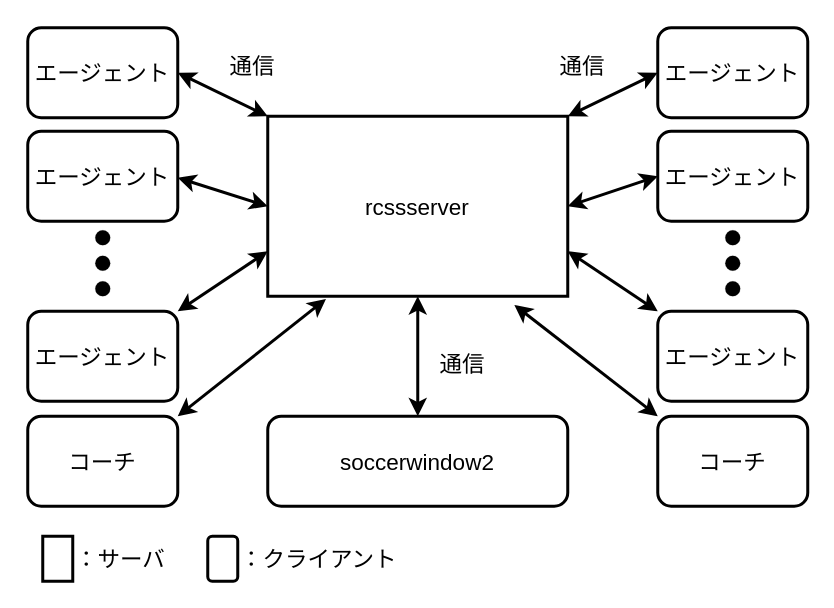
This is 2/environment.drawio from SuperTikuwa/thesis-images, a draw.io file, before an edit. Source tidied: cells renumbered, new cells numbered last; positions are measured from the earlier drawing's top-left corner, leaving out a move shared by most shapes. Both pictures are drawn from the tidied source at 150%, with x=0, y=0 at pixel (27, 27).
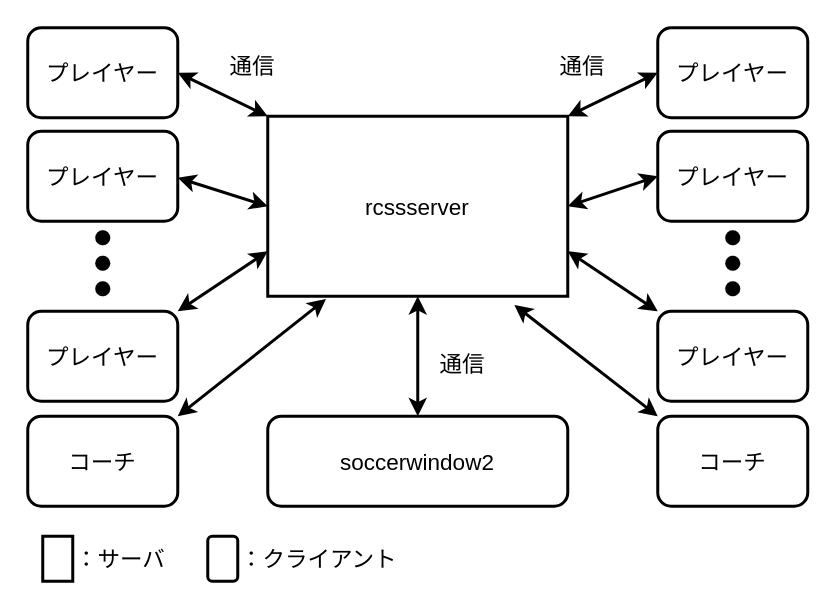
The same page after the edit.

Commit message:
environment.drawio を更新します

The change refers to these unchanged cells:
```xml
<mxCell id="2" value="rcssserver" style="rounded=0;whiteSpace=wrap;html=1;fontSize=15;strokeWidth=2;" parent="1" vertex="1">
  <mxGeometry x="160" y="59" width="200" height="120" as="geometry" />
</mxCell>
```

The edit, as a diff of the source:
```diff
@@
-    <mxCell id="3" value="エージェント" style="rounded=1;whiteSpace=wrap;html=1;fontSize=15;strokeWidth=2;" parent="1" vertex="1">
-      <mxGeometry x="420" width="100" height="60" as="geometry" />
-    </mxCell>
@@
-    <mxCell id="12" style="endArrow=classic;startArrow=classic;html=1;rounded=0;fontSize=15;strokeWidth=2;exitX=1;exitY=0;exitDx=0;exitDy=0;entryX=0;entryY=0.75;entryDx=0;entryDy=0;" parent="1" edge="1" source="33" target="2">
-      <mxGeometry relative="1" as="geometry" />
+    <mxCell id="12" style="endArrow=classic;startArrow=classic;html=1;rounded=0;fontSize=15;strokeWidth=2;exitX=1;exitY=0;exitDx=0;exitDy=0;entryX=0;entryY=0.75;entryDx=0;entryDy=0;" parent="1" edge="1" target="2">
+      <mxGeometry relative="1" as="geometry">
+        <mxPoint x="100" y="189" as="sourcePoint" />
+      </mxGeometry>
     </mxCell>
-    <mxCell id="13" style="endArrow=classic;startArrow=classic;html=1;rounded=0;fontSize=15;strokeWidth=2;exitX=1;exitY=0;exitDx=0;exitDy=0;entryX=0;entryY=0.5;entryDx=0;entryDy=0;" parent="1" edge="1" source="2" target="3">
-      <mxGeometry relative="1" as="geometry" />
+    <mxCell id="13" style="endArrow=classic;startArrow=classic;html=1;rounded=0;fontSize=15;strokeWidth=2;exitX=1;exitY=0;exitDx=0;exitDy=0;entryX=0;entryY=0.5;entryDx=0;entryDy=0;" parent="1" edge="1" source="2">
+      <mxGeometry relative="1" as="geometry">
+        <mxPoint x="420" y="30" as="targetPoint" />
+      </mxGeometry>
     </mxCell>
-    <mxCell id="14" style="endArrow=classic;startArrow=classic;html=1;rounded=0;fontSize=15;strokeWidth=2;exitX=0;exitY=0.5;exitDx=0;exitDy=0;entryX=1;entryY=0.5;entryDx=0;entryDy=0;" parent="1" edge="1" source="31" target="2">
-      <mxGeometry relative="1" as="geometry" />
+    <mxCell id="14" style="endArrow=classic;startArrow=classic;html=1;rounded=0;fontSize=15;strokeWidth=2;exitX=0;exitY=0.5;exitDx=0;exitDy=0;entryX=1;entryY=0.5;entryDx=0;entryDy=0;" parent="1" edge="1" target="2">
+      <mxGeometry relative="1" as="geometry">
+        <mxPoint x="420" y="99" as="sourcePoint" />
+      </mxGeometry>
     </mxCell>
-    <mxCell id="15" style="endArrow=classic;startArrow=classic;html=1;rounded=0;fontSize=15;strokeWidth=2;entryX=1;entryY=0.75;entryDx=0;entryDy=0;exitX=0;exitY=0;exitDx=0;exitDy=0;" parent="1" edge="1" source="30" target="2">
-      <mxGeometry relative="1" as="geometry" />
+    <mxCell id="15" style="endArrow=classic;startArrow=classic;html=1;rounded=0;fontSize=15;strokeWidth=2;entryX=1;entryY=0.75;entryDx=0;entryDy=0;exitX=0;exitY=0;exitDx=0;exitDy=0;" parent="1" edge="1" target="2">
+      <mxGeometry relative="1" as="geometry">
+        <mxPoint x="420" y="189" as="sourcePoint" />
+      </mxGeometry>
     </mxCell>
@@
-    <mxCell id="29" value="エージェント" style="rounded=1;whiteSpace=wrap;html=1;fontSize=15;strokeWidth=2;" parent="1" vertex="1">
-      <mxGeometry y="69" width="100" height="60" as="geometry" />
-    </mxCell>
-    <mxCell id="30" value="エージェント" style="rounded=1;whiteSpace=wrap;html=1;fontSize=15;strokeWidth=2;" parent="1" vertex="1">
-      <mxGeometry x="420" y="189" width="100" height="60" as="geometry" />
-    </mxCell>
-    <mxCell id="31" value="エージェント" style="rounded=1;whiteSpace=wrap;html=1;fontSize=15;strokeWidth=2;" parent="1" vertex="1">
-      <mxGeometry x="420" y="69" width="100" height="60" as="geometry" />
-    </mxCell>
-    <mxCell id="32" value="エージェント" style="rounded=1;whiteSpace=wrap;html=1;fontSize=15;strokeWidth=2;" parent="1" vertex="1">
+    <mxCell id="32" value="プレイヤー" style="rounded=1;whiteSpace=wrap;html=1;fontSize=15;strokeWidth=2;" parent="1" vertex="1">
       <mxGeometry width="100" height="60" as="geometry" />
     </mxCell>
-    <mxCell id="33" value="エージェント" style="rounded=1;whiteSpace=wrap;html=1;fontSize=15;strokeWidth=2;" parent="1" vertex="1">
-      <mxGeometry y="189" width="100" height="60" as="geometry" />
-    </mxCell>
+    <mxCell id="34" value="プレイヤー" style="rounded=1;whiteSpace=wrap;html=1;fontSize=15;strokeWidth=2;" parent="1" vertex="1">
+      <mxGeometry y="69" width="100" height="60" as="geometry" />
+    </mxCell>
+    <mxCell id="35" value="プレイヤー" style="rounded=1;whiteSpace=wrap;html=1;fontSize=15;strokeWidth=2;" parent="1" vertex="1">
+      <mxGeometry y="189" width="100" height="60" as="geometry" />
+    </mxCell>
+    <mxCell id="36" value="プレイヤー" style="rounded=1;whiteSpace=wrap;html=1;fontSize=15;strokeWidth=2;" parent="1" vertex="1">
+      <mxGeometry x="420" width="100" height="60" as="geometry" />
+    </mxCell>
+    <mxCell id="37" value="プレイヤー" style="rounded=1;whiteSpace=wrap;html=1;fontSize=15;strokeWidth=2;" parent="1" vertex="1">
+      <mxGeometry x="420" y="69" width="100" height="60" as="geometry" />
+    </mxCell>
+    <mxCell id="38" value="プレイヤー" style="rounded=1;whiteSpace=wrap;html=1;fontSize=15;strokeWidth=2;" parent="1" vertex="1">
+      <mxGeometry x="420" y="189" width="100" height="60" as="geometry" />
+    </mxCell>
```
